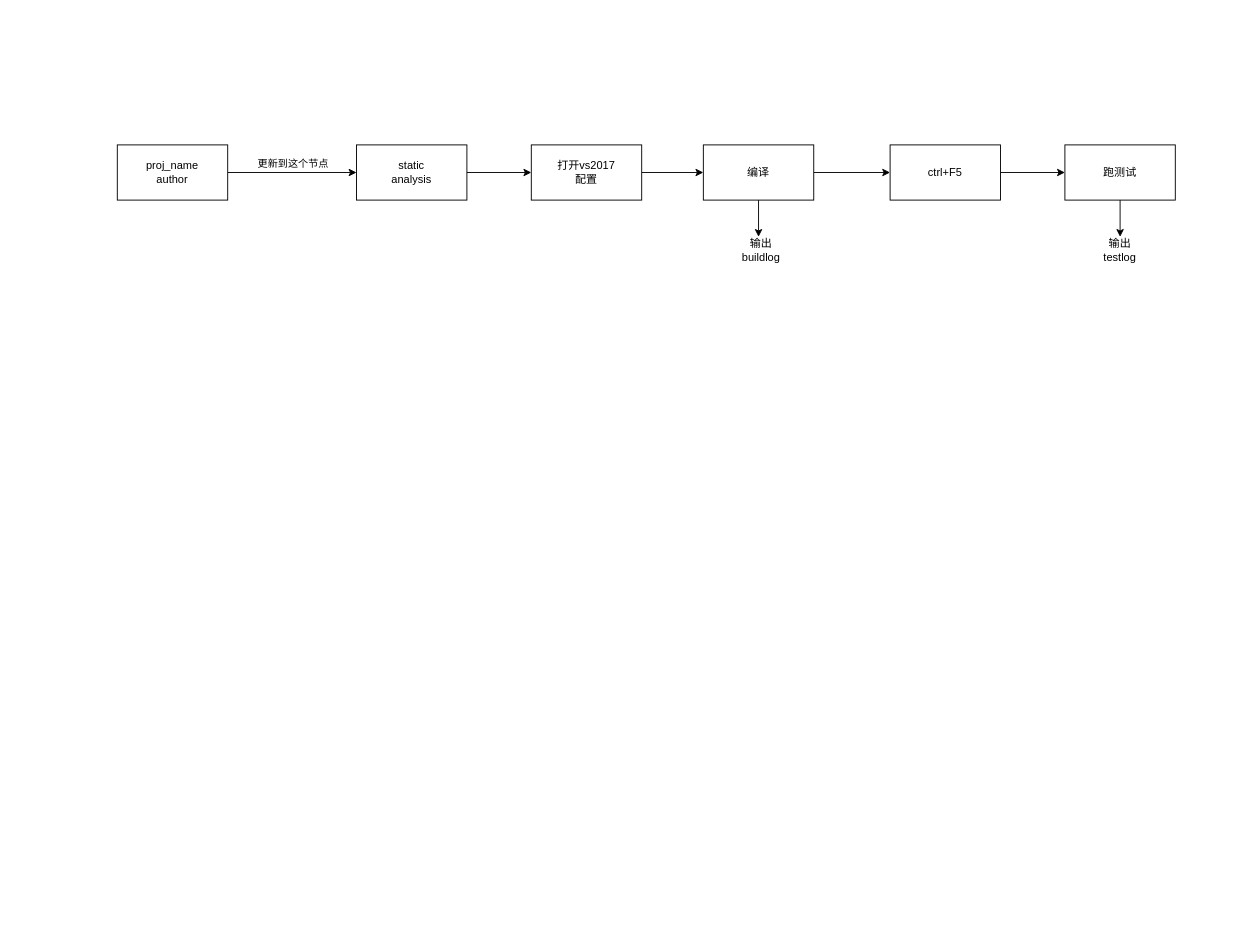
The draw.io diagram ZWMatrix.drawio in YingSi163/Effy, before the edit. Source tidied: cells renumbered, new cells numbered last; positions are measured from the earlier drawing's top-left corner, leaving out a move shared by most shapes. Both pictures are drawn from the tidied source at 92%, with x=0, y=0 at pixel (117, 144).
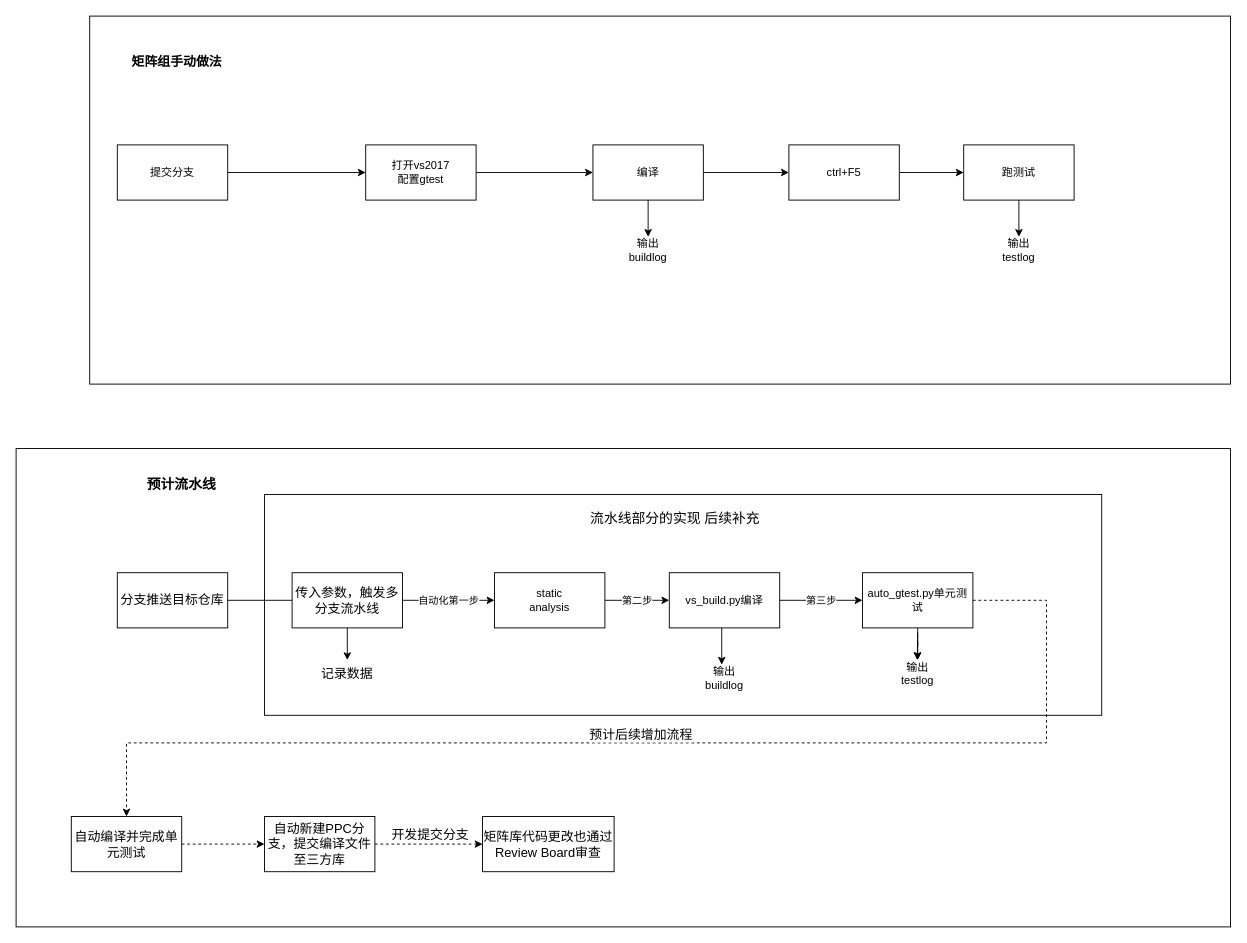
The same page after the edit.

Diff of the diagram source:
```diff
@@
+    <mxCell id="18" style="rounded=0;whiteSpace=wrap;html=1;fontSize=14;" parent="1" vertex="1">
+      <mxGeometry x="-110" y="330" width="1320" height="520" as="geometry" />
+    </mxCell>
+    <mxCell id="19" style="rounded=0;whiteSpace=wrap;html=1;fontSize=15;" parent="1" vertex="1">
+      <mxGeometry x="160" y="380" width="910" height="240" as="geometry" />
+    </mxCell>
+    <mxCell id="20" style="rounded=0;whiteSpace=wrap;html=1;" parent="1" vertex="1">
+      <mxGeometry x="-30" y="-140" width="1240" height="400" as="geometry" />
+    </mxCell>
-    <mxCell id="2" style="edgeStyle=orthogonalEdgeStyle;rounded=0;jettySize=auto;html=1;" parent="1" edge="1" source="4" target="6">
+    <mxCell id="2" style="edgeStyle=orthogonalEdgeStyle;rounded=0;jettySize=auto;html=1;entryX=0;entryY=0.5;entryDx=0;entryDy=0;" parent="1" edge="1" source="4" target="8">
       <mxGeometry relative="1" as="geometry" />
     </mxCell>
-    <mxCell id="3" value="更新到这个节点" style="edgeLabel;html=1;align=center;verticalAlign=middle;" parent="2" vertex="1">
-      <mxGeometry x="-0.3" relative="1" as="geometry">
-        <mxPoint x="21" y="-10" as="offset" />
-      </mxGeometry>
-    </mxCell>
-    <mxCell id="4" value="proj_name&lt;br&gt;author" style="rounded=0;whiteSpace=wrap;html=1;" parent="1" vertex="1">
+    <mxCell id="4" value="提交分支" style="rounded=0;whiteSpace=wrap;html=1;" parent="1" vertex="1">
       <mxGeometry width="120" height="60" as="geometry" />
     </mxCell>
-    <mxCell id="5" style="edgeStyle=orthogonalEdgeStyle;rounded=0;jettySize=auto;html=1;" parent="1" edge="1" source="6" target="8">
-      <mxGeometry relative="1" as="geometry" />
-    </mxCell>
-    <mxCell id="6" value="static&lt;br&gt;analysis" style="rounded=0;whiteSpace=wrap;html=1;" parent="1" vertex="1">
-      <mxGeometry x="260" width="120" height="60" as="geometry" />
-    </mxCell>
@@
-    <mxCell id="8" value="打开vs2017&lt;br&gt;配置" style="rounded=0;whiteSpace=wrap;html=1;" parent="1" vertex="1">
-      <mxGeometry x="450" width="120" height="60" as="geometry" />
+    <mxCell id="8" value="打开vs2017&lt;br&gt;配置gtest" style="rounded=0;whiteSpace=wrap;html=1;" parent="1" vertex="1">
+      <mxGeometry x="270" width="120" height="60" as="geometry" />
     </mxCell>
@@
     <mxCell id="10" value="编译" style="rounded=0;whiteSpace=wrap;html=1;" parent="1" vertex="1">
-      <mxGeometry x="637" width="120" height="60" as="geometry" />
+      <mxGeometry x="517" width="120" height="60" as="geometry" />
     </mxCell>
@@
     <mxCell id="12" value="ctrl+F5" style="rounded=0;whiteSpace=wrap;html=1;" parent="1" vertex="1">
-      <mxGeometry x="840" width="120" height="60" as="geometry" />
+      <mxGeometry x="730" width="120" height="60" as="geometry" />
     </mxCell>
-    <mxCell id="13" style="endArrow=classic;html=1;rounded=0;" parent="1" edge="1" source="10">
-      <mxGeometry relative="1" as="geometry">
-        <mxPoint x="697" y="100" as="targetPoint" />
-      </mxGeometry>
+    <mxCell id="13" style="endArrow=classic;html=1;rounded=0;exitX=0.5;exitY=1;exitDx=0;exitDy=0;entryX=0.5;entryY=0;entryDx=0;entryDy=0;" parent="1" edge="1" source="10" target="14">
+      <mxGeometry relative="1" as="geometry" />
     </mxCell>
     <mxCell id="14" value="输出buildlog" style="text;html=1;strokeColor=none;fillColor=none;align=center;verticalAlign=middle;whiteSpace=wrap;rounded=0;" parent="1" vertex="1">
-      <mxGeometry x="670" y="100" width="60" height="30" as="geometry" />
+      <mxGeometry x="547" y="100" width="60" height="30" as="geometry" />
     </mxCell>
     <mxCell id="15" value="跑测试" style="rounded=0;whiteSpace=wrap;html=1;" parent="1" vertex="1">
-      <mxGeometry x="1030" width="120" height="60" as="geometry" />
+      <mxGeometry x="920" width="120" height="60" as="geometry" />
     </mxCell>
-    <mxCell id="16" style="endArrow=classic;html=1;rounded=0;exitX=0.5;exitY=1;exitDx=0;exitDy=0;" parent="1" edge="1" source="15">
-      <mxGeometry relative="1" as="geometry">
-        <mxPoint x="1090" y="100" as="targetPoint" />
-      </mxGeometry>
+    <mxCell id="16" style="endArrow=classic;html=1;rounded=0;exitX=0.5;exitY=1;exitDx=0;exitDy=0;entryX=0.5;entryY=0;entryDx=0;entryDy=0;" parent="1" edge="1" source="15" target="17">
+      <mxGeometry relative="1" as="geometry" />
     </mxCell>
     <mxCell id="17" value="输出testlog" style="text;html=1;strokeColor=none;fillColor=none;align=center;verticalAlign=middle;whiteSpace=wrap;rounded=0;" parent="1" vertex="1">
-      <mxGeometry x="1060" y="100" width="60" height="30" as="geometry" />
+      <mxGeometry x="950" y="100" width="60" height="30" as="geometry" />
     </mxCell>
+    <mxCell id="21" value="矩阵组手动做法" style="text;html=1;strokeColor=none;fillColor=none;align=center;verticalAlign=middle;whiteSpace=wrap;rounded=0;fontStyle=1;fontSize=14;" parent="1" vertex="1">
+      <mxGeometry x="10" y="-110" width="110" height="40" as="geometry" />
+    </mxCell>
+    <mxCell id="22" value="自动化第一步" style="edgeStyle=orthogonalEdgeStyle;rounded=0;jettySize=auto;html=1;startArrow=none;" parent="1" edge="1" source="34" target="6">
+      <mxGeometry relative="1" as="geometry" />
+    </mxCell>
+    <mxCell id="23" value="分支推送目标仓库" style="rounded=0;whiteSpace=wrap;html=1;fontSize=14;" parent="1" vertex="1">
+      <mxGeometry y="465" width="120" height="60" as="geometry" />
+    </mxCell>
+    <mxCell id="24" value="第二步" style="edgeStyle=orthogonalEdgeStyle;rounded=0;jettySize=auto;html=1;" parent="1" edge="1" source="6" target="26">
+      <mxGeometry relative="1" as="geometry" />
+    </mxCell>
+    <mxCell id="6" value="static&lt;br&gt;analysis" style="rounded=0;whiteSpace=wrap;html=1;" parent="1" vertex="1">
+      <mxGeometry x="410" y="465" width="120" height="60" as="geometry" />
+    </mxCell>
+    <mxCell id="25" value="第三步" style="edgeStyle=orthogonalEdgeStyle;rounded=0;jettySize=auto;html=1;entryX=0;entryY=0.5;entryDx=0;entryDy=0;" parent="1" edge="1" source="26" target="28">
+      <mxGeometry relative="1" as="geometry" />
+    </mxCell>
+    <mxCell id="26" value="vs_build.py编译" style="rounded=0;whiteSpace=wrap;html=1;" parent="1" vertex="1">
+      <mxGeometry x="600" y="465" width="120" height="60" as="geometry" />
+    </mxCell>
+    <mxCell id="27" style="edgeStyle=orthogonalEdgeStyle;rounded=0;jettySize=auto;html=1;fontSize=14;" parent="1" edge="1" source="28" target="32">
+      <mxGeometry relative="1" as="geometry" />
+    </mxCell>
+    <mxCell id="28" value="auto_gtest.py单元测试" style="rounded=0;whiteSpace=wrap;html=1;" parent="1" vertex="1">
+      <mxGeometry x="810" y="465" width="120" height="60" as="geometry" />
+    </mxCell>
+    <mxCell id="29" style="endArrow=classic;html=1;rounded=0;" parent="1" edge="1">
+      <mxGeometry relative="1" as="geometry">
+        <mxPoint x="657" y="525" as="sourcePoint" />
+        <mxPoint x="657" y="565" as="targetPoint" />
+      </mxGeometry>
+    </mxCell>
+    <mxCell id="30" value="输出buildlog" style="text;html=1;strokeColor=none;fillColor=none;align=center;verticalAlign=middle;whiteSpace=wrap;rounded=0;" parent="1" vertex="1">
+      <mxGeometry x="630" y="565" width="60" height="30" as="geometry" />
+    </mxCell>
+    <mxCell id="31" style="endArrow=classic;html=1;rounded=0;" parent="1" edge="1">
+      <mxGeometry relative="1" as="geometry">
+        <mxPoint x="870" y="530" as="sourcePoint" />
+        <mxPoint x="869.5" y="560" as="targetPoint" />
+      </mxGeometry>
+    </mxCell>
+    <mxCell id="32" value="输出testlog" style="text;html=1;strokeColor=none;fillColor=none;align=center;verticalAlign=middle;whiteSpace=wrap;rounded=0;" parent="1" vertex="1">
+      <mxGeometry x="840" y="560" width="60" height="30" as="geometry" />
+    </mxCell>
+    <mxCell id="33" value="预计流水线" style="text;html=1;strokeColor=none;fillColor=none;align=center;verticalAlign=middle;whiteSpace=wrap;rounded=0;fontStyle=1;fontSize=15;" parent="1" vertex="1">
+      <mxGeometry x="10" y="355" width="120" height="25" as="geometry" />
+    </mxCell>
+    <mxCell id="34" value="传入参数，触发多分支流水线" style="rounded=0;whiteSpace=wrap;html=1;fontSize=14;" parent="1" vertex="1">
+      <mxGeometry x="190" y="465" width="120" height="60" as="geometry" />
+    </mxCell>
+    <mxCell id="35" style="edgeStyle=orthogonalEdgeStyle;rounded=0;jettySize=auto;html=1;endArrow=none;" parent="1" edge="1" source="23" target="34">
+      <mxGeometry relative="1" as="geometry" />
+    </mxCell>
+    <mxCell id="36" style="endArrow=classic;html=1;rounded=0;fontSize=14;exitX=0.5;exitY=1;exitDx=0;exitDy=0;" parent="1" edge="1" source="34" target="37">
+      <mxGeometry relative="1" as="geometry" />
+    </mxCell>
+    <mxCell id="37" value="记录数据" style="text;html=1;strokeColor=none;fillColor=none;align=center;verticalAlign=middle;whiteSpace=wrap;rounded=0;fontSize=14;" parent="1" vertex="1">
+      <mxGeometry x="220" y="560" width="60" height="30" as="geometry" />
+    </mxCell>
+    <mxCell id="38" style="endArrow=classic;html=1;rounded=0;fontSize=14;exitX=1;exitY=0.5;exitDx=0;exitDy=0;dashed=1;" parent="1" edge="1" source="28">
+      <mxGeometry relative="1" as="geometry">
+        <mxPoint x="10" y="730" as="targetPoint" />
+        <Array as="points">
+          <mxPoint x="1010" y="495" />
+          <mxPoint x="1010" y="650" />
+          <mxPoint x="10" y="650" />
+          <mxPoint x="10" y="730" />
+        </Array>
+      </mxGeometry>
+    </mxCell>
+    <mxCell id="39" value="预计后续增加流程" style="edgeLabel;html=1;align=center;verticalAlign=middle;fontSize=14;" parent="38" vertex="1">
+      <mxGeometry x="0.03" y="2" relative="1" as="geometry">
+        <mxPoint y="-12" as="offset" />
+      </mxGeometry>
+    </mxCell>
+    <mxCell id="40" value="自动编译并完成单元测试" style="rounded=0;whiteSpace=wrap;html=1;fontSize=14;" parent="1" vertex="1">
+      <mxGeometry x="-50" y="730" width="120" height="60" as="geometry" />
+    </mxCell>
+    <mxCell id="41" value="自动新建PPC分支，提交编译文件至三方库" style="rounded=0;whiteSpace=wrap;html=1;fontSize=14;" parent="1" vertex="1">
+      <mxGeometry x="160" y="730" width="120" height="60" as="geometry" />
+    </mxCell>
+    <mxCell id="42" style="endArrow=classic;html=1;rounded=0;dashed=1;fontSize=14;exitX=1;exitY=0.5;exitDx=0;exitDy=0;entryX=0;entryY=0.5;entryDx=0;entryDy=0;" parent="1" edge="1" source="40" target="41">
+      <mxGeometry relative="1" as="geometry" />
+    </mxCell>
+    <mxCell id="43" value="矩阵库代码更改也通过Review Board审查" style="rounded=0;whiteSpace=wrap;html=1;fontSize=14;" parent="1" vertex="1">
+      <mxGeometry x="397" y="730" width="143" height="60" as="geometry" />
+    </mxCell>
+    <mxCell id="44" value="开发提交分支" style="endArrow=classic;html=1;rounded=0;dashed=1;fontSize=14;exitX=1;exitY=0.5;exitDx=0;exitDy=0;entryX=0;entryY=0.5;entryDx=0;entryDy=0;" parent="1" edge="1" source="41" target="43">
+      <mxGeometry x="0.03" y="10" relative="1" as="geometry">
+        <Array as="points">
+          <mxPoint x="350" y="760" />
+        </Array>
+      </mxGeometry>
+    </mxCell>
+    <mxCell id="45" value="流水线部分的实现 后续补充" style="text;html=1;strokeColor=none;fillColor=none;align=center;verticalAlign=middle;whiteSpace=wrap;rounded=0;fontSize=15;" parent="1" vertex="1">
+      <mxGeometry x="510" y="390" width="193" height="30" as="geometry" />
+    </mxCell>
```
